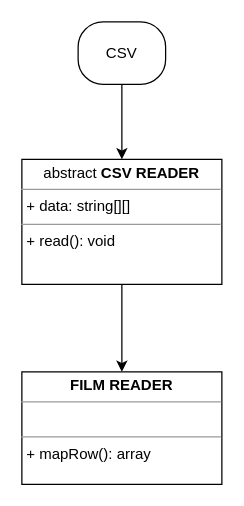
Above: page "Page-13" (1 of 5) of sass-explained/Untitled Diagram.drawio in kingsley-ijomah/draw.io (draw.io), before the change. Source tidied: cells renumbered, new cells numbered last; positions are measured from the earlier drawing's top-left corner, leaving out a move shared by most shapes. Both pictures are drawn from the tidied source at 125%, with x=0, y=0 at pixel (21, 21).
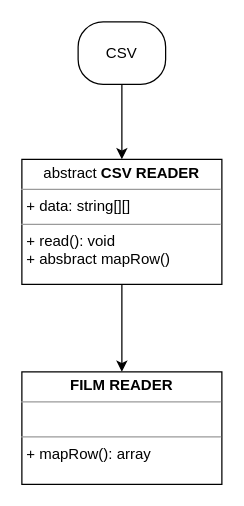
The same page after the edit.

What changed in the source:
```diff
@@
 <mxGraphModel>
   <root>
     <mxCell id="0" />
     <mxCell id="1" parent="0" />
     <mxCell id="2" style="edgeStyle=orthogonalEdgeStyle;rounded=0;jettySize=auto;html=1;entryX=0.5;entryY=0;entryDx=0;entryDy=0;" parent="1" edge="1" source="3" target="6">
       <mxGeometry relative="1" as="geometry" />
     </mxCell>
-    <mxCell id="3" value="&lt;p style=&quot;margin: 0px ; margin-top: 4px ; text-align: center&quot;&gt;abstract&lt;b&gt; CSV READER&lt;/b&gt;&lt;/p&gt;&lt;hr size=&quot;1&quot;&gt;&lt;p style=&quot;margin: 0px ; margin-left: 4px&quot;&gt;+ data: string[][]&lt;/p&gt;&lt;hr size=&quot;1&quot;&gt;&lt;p style=&quot;margin: 0px ; margin-left: 4px&quot;&gt;+ read(): void&lt;/p&gt;" style="verticalAlign=top;align=left;overflow=fill;fontSize=12;fontFamily=Helvetica;html=1;" parent="1" vertex="1">
+    <mxCell id="3" value="&lt;p style=&quot;margin: 0px ; margin-top: 4px ; text-align: center&quot;&gt;abstract&lt;b&gt; CSV READER&lt;/b&gt;&lt;/p&gt;&lt;hr size=&quot;1&quot;&gt;&lt;p style=&quot;margin: 0px ; margin-left: 4px&quot;&gt;+ data: string[][]&lt;/p&gt;&lt;hr size=&quot;1&quot;&gt;&lt;p style=&quot;margin: 0px ; margin-left: 4px&quot;&gt;+ read(): void&lt;/p&gt;&lt;p style=&quot;margin: 0px ; margin-left: 4px&quot;&gt;+ absbract mapRow()&lt;/p&gt;" style="verticalAlign=top;align=left;overflow=fill;fontSize=12;fontFamily=Helvetica;html=1;" parent="1" vertex="1">
       <mxGeometry y="110" width="160" height="100" as="geometry" />
     </mxCell>
     <mxCell id="4" style="edgeStyle=orthogonalEdgeStyle;rounded=0;jettySize=auto;html=1;" parent="1" edge="1" source="5" target="3">
       <mxGeometry relative="1" as="geometry" />
     </mxCell>
     <mxCell id="5" value="CSV" style="rounded=1;whiteSpace=wrap;html=1;arcSize=40;fontColor=rgb(0, 0, 0);fillColor=rgb(255, 255, 255);strokeColor=rgb(0, 0, 0);fontFamily=Helvetica;fontSize=12;align=center;" parent="1" vertex="1">
       <mxGeometry x="45" width="70" height="50" as="geometry" />
     </mxCell>
     <mxCell id="6" value="&lt;p style=&quot;margin: 0px ; margin-top: 4px ; text-align: center&quot;&gt;&lt;b&gt;FILM READER&lt;/b&gt;&lt;/p&gt;&lt;hr size=&quot;1&quot;&gt;&lt;p style=&quot;margin: 0px ; margin-left: 4px&quot;&gt;&lt;br&gt;&lt;/p&gt;&lt;hr size=&quot;1&quot;&gt;&lt;p style=&quot;margin: 0px ; margin-left: 4px&quot;&gt;+ mapRow(): array&lt;/p&gt;" style="verticalAlign=top;align=left;overflow=fill;fontSize=12;fontFamily=Helvetica;html=1;" parent="1" vertex="1">
       <mxGeometry y="280" width="160" height="90" as="geometry" />
     </mxCell>
   </root>
 </mxGraphModel>
```
